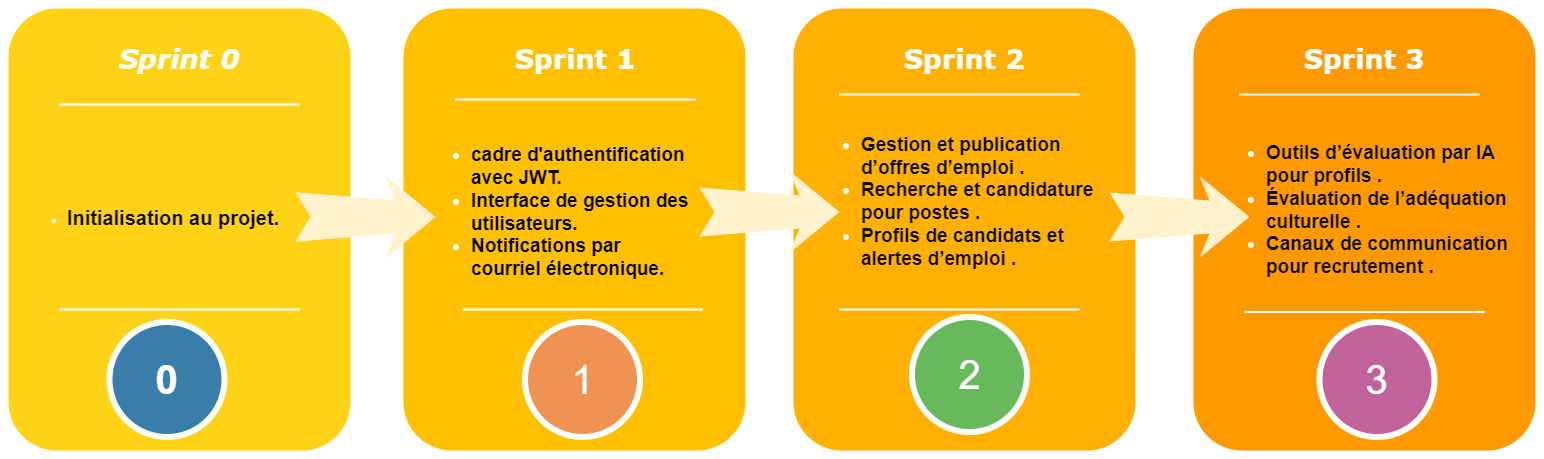
chirine1/-project keeps this draw.io diagram as sprints.png. Above is the earlier version. Source tidied: cells renumbered, new cells last; positions are measured from the earlier drawing's top-left corner, leaving out a move shared by most shapes.
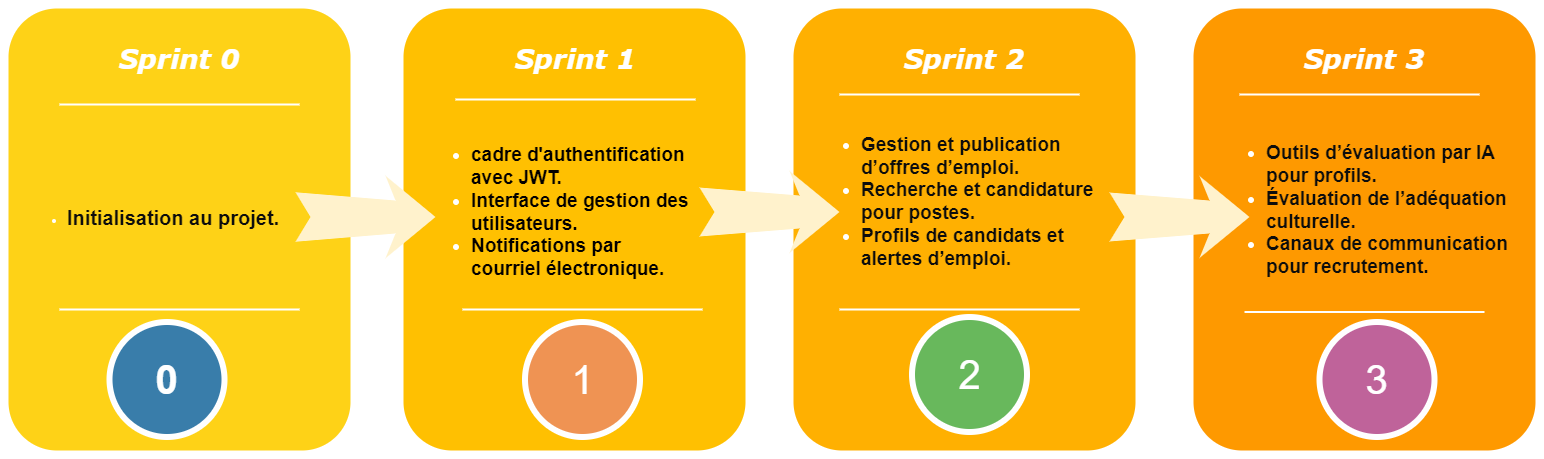
Above is the later version.

Commit message:
Mettre à jour sprints.png

The edit, as a diff of the source:
```diff
@@ -20,7 +20,7 @@
     <mxCell id="7" style="whiteSpace=wrap;html=1;rounded=1;shadow=0;strokeWidth=8;fontSize=20;align=center;fillColor=#FFC001;strokeColor=#FFFFFF;" parent="1" vertex="1">
       <mxGeometry x="395" width="350" height="450" as="geometry" />
     </mxCell>
-    <mxCell id="8" value="&lt;font face=&quot;Verdana&quot;&gt;Sprint 1&lt;/font&gt;" style="text;html=1;strokeColor=none;fillColor=none;align=center;verticalAlign=middle;whiteSpace=wrap;rounded=0;shadow=0;fontSize=27;fontColor=#FFFFFF;fontStyle=1;" parent="1" vertex="1">
+    <mxCell id="8" value="&lt;font face=&quot;Verdana&quot;&gt;&lt;i&gt;Sprint 1&lt;/i&gt;&lt;/font&gt;" style="text;html=1;strokeColor=none;fillColor=none;align=center;verticalAlign=middle;whiteSpace=wrap;rounded=0;shadow=0;fontSize=27;fontColor=#FFFFFF;fontStyle=1;" parent="1" vertex="1">
       <mxGeometry x="458" y="20" width="226" height="70" as="geometry" />
     </mxCell>
     <mxCell id="9" value="&lt;div style=&quot;font-size: 19px;&quot;&gt;&lt;ul&gt;&lt;li&gt;&lt;font style=&quot;font-size: 19px;&quot; color=&quot;#030000&quot;&gt;&lt;b&gt;cadre d'authentification avec JWT.&lt;/b&gt;&lt;/font&gt;&lt;/li&gt;&lt;li&gt;&lt;font style=&quot;font-size: 19px;&quot; color=&quot;#030000&quot;&gt;&lt;b&gt;Interface de gestion des utilisateurs.&lt;/b&gt;&lt;/font&gt;&lt;/li&gt;&lt;li&gt;&lt;font style=&quot;font-size: 19px;&quot; color=&quot;#030000&quot;&gt;&lt;b&gt;Notifications par courriel électronique.&lt;/b&gt;&lt;/font&gt;&lt;/li&gt;&lt;/ul&gt;&lt;/div&gt;" style="text;html=1;strokeColor=none;fillColor=none;align=left;verticalAlign=middle;whiteSpace=wrap;rounded=0;shadow=0;fontSize=14;fontColor=#FFFFFF;" parent="1" vertex="1">
@@ -41,10 +41,10 @@
     <mxCell id="14" style="whiteSpace=wrap;html=1;rounded=1;shadow=0;strokeWidth=8;fontSize=20;align=center;fillColor=#FFB001;strokeColor=#FFFFFF;" parent="1" vertex="1">
       <mxGeometry x="785" width="350" height="450" as="geometry" />
     </mxCell>
-    <mxCell id="15" value="&lt;font face=&quot;Verdana&quot;&gt;Sprint 2&lt;/font&gt;" style="text;html=1;strokeColor=none;fillColor=none;align=center;verticalAlign=middle;whiteSpace=wrap;rounded=0;shadow=0;fontSize=27;fontColor=#FFFFFF;fontStyle=1;" parent="1" vertex="1">
+    <mxCell id="15" value="&lt;font face=&quot;Verdana&quot;&gt;&lt;i&gt;Sprint 2&lt;/i&gt;&lt;/font&gt;" style="text;html=1;strokeColor=none;fillColor=none;align=center;verticalAlign=middle;whiteSpace=wrap;rounded=0;shadow=0;fontSize=27;fontColor=#FFFFFF;fontStyle=1;" parent="1" vertex="1">
       <mxGeometry x="820" y="25" width="280" height="60" as="geometry" />
     </mxCell>
-    <mxCell id="16" value="&lt;div style=&quot;font-size: 19px;&quot;&gt;&lt;ul&gt;&lt;li&gt;&lt;font color=&quot;#0d0d0d&quot; style=&quot;font-size: 19px;&quot;&gt;&lt;b&gt;Gestion et publication d’offres d’emploi .&lt;/b&gt;&lt;/font&gt;&lt;/li&gt;&lt;li&gt;&lt;font color=&quot;#0d0d0d&quot; style=&quot;font-size: 19px;&quot;&gt;&lt;b&gt;Recherche et candidature pour postes .&lt;/b&gt;&lt;/font&gt;&lt;/li&gt;&lt;li&gt;&lt;font color=&quot;#0d0d0d&quot; style=&quot;font-size: 19px;&quot;&gt;&lt;b&gt;Profils de candidats et alertes d’emploi .&lt;/b&gt;&lt;/font&gt;&lt;/li&gt;&lt;/ul&gt;&lt;/div&gt;&lt;div style=&quot;font-size: 19px;&quot;&gt;&lt;br&gt;&lt;/div&gt;" style="text;html=1;strokeColor=none;fillColor=none;align=left;verticalAlign=middle;whiteSpace=wrap;rounded=0;shadow=0;fontSize=14;fontColor=#FFFFFF;" parent="1" vertex="1">
+    <mxCell id="16" value="&lt;div style=&quot;font-size: 19px;&quot;&gt;&lt;ul&gt;&lt;li&gt;&lt;b style=&quot;color: rgb(13, 13, 13); background-color: initial;&quot;&gt;Gestion et publication d’offres d’emploi.&lt;/b&gt;&lt;/li&gt;&lt;li&gt;&lt;font color=&quot;#0d0d0d&quot; style=&quot;font-size: 19px;&quot;&gt;&lt;b&gt;Recherche et candidature pour postes.&lt;/b&gt;&lt;/font&gt;&lt;/li&gt;&lt;li&gt;&lt;font color=&quot;#0d0d0d&quot; style=&quot;font-size: 19px;&quot;&gt;&lt;b&gt;Profils de candidats et alertes d’emploi.&lt;/b&gt;&lt;/font&gt;&lt;/li&gt;&lt;/ul&gt;&lt;/div&gt;&lt;div style=&quot;font-size: 19px;&quot;&gt;&lt;br&gt;&lt;/div&gt;" style="text;html=1;strokeColor=none;fillColor=none;align=left;verticalAlign=middle;whiteSpace=wrap;rounded=0;shadow=0;fontSize=14;fontColor=#FFFFFF;" parent="1" vertex="1">
       <mxGeometry x="815" y="132.5" width="300" height="152.5" as="geometry" />
     </mxCell>
     <mxCell id="17" style="line;strokeWidth=2;html=1;rounded=0;shadow=0;fontSize=27;align=center;fillColor=none;strokeColor=#FFFFFF;" parent="1" vertex="1">
@@ -62,10 +62,10 @@
     <mxCell id="21" style="whiteSpace=wrap;html=1;rounded=1;shadow=0;strokeWidth=8;fontSize=20;align=center;fillColor=#FE9900;strokeColor=#FFFFFF;" parent="1" vertex="1">
       <mxGeometry x="1185" width="350" height="450" as="geometry" />
     </mxCell>
-    <mxCell id="22" value="&lt;font face=&quot;Verdana&quot;&gt;Sprint 3&lt;/font&gt;" style="text;html=1;strokeColor=none;fillColor=none;align=center;verticalAlign=middle;whiteSpace=wrap;rounded=0;shadow=0;fontSize=27;fontColor=#FFFFFF;fontStyle=1;" parent="1" vertex="1">
+    <mxCell id="22" value="&lt;font face=&quot;Verdana&quot;&gt;&lt;i&gt;Sprint 3&lt;/i&gt;&lt;/font&gt;" style="text;html=1;strokeColor=none;fillColor=none;align=center;verticalAlign=middle;whiteSpace=wrap;rounded=0;shadow=0;fontSize=27;fontColor=#FFFFFF;fontStyle=1;" parent="1" vertex="1">
       <mxGeometry x="1220" y="25" width="280" height="60" as="geometry" />
     </mxCell>
-    <mxCell id="23" value="&lt;div style=&quot;font-size: 19px;&quot;&gt;&lt;ul&gt;&lt;li&gt;&lt;font color=&quot;#0d0d0d&quot; style=&quot;font-size: 19px;&quot;&gt;&lt;b&gt;Outils d’évaluation par IA pour profils .&lt;/b&gt;&lt;/font&gt;&lt;/li&gt;&lt;li&gt;&lt;font color=&quot;#0d0d0d&quot; style=&quot;font-size: 19px;&quot;&gt;&lt;b&gt;Évaluation de l’adéquation culturelle .&lt;/b&gt;&lt;/font&gt;&lt;/li&gt;&lt;li&gt;&lt;font color=&quot;#0d0d0d&quot; style=&quot;font-size: 19px;&quot;&gt;&lt;b&gt;Canaux de communication pour recrutement .&lt;/b&gt;&lt;/font&gt;&lt;/li&gt;&lt;/ul&gt;&lt;/div&gt;" style="text;html=1;strokeColor=none;fillColor=none;align=left;verticalAlign=middle;whiteSpace=wrap;rounded=0;shadow=0;fontSize=14;fontColor=#FFFFFF;" parent="1" vertex="1">
+    <mxCell id="23" value="&lt;div style=&quot;font-size: 19px;&quot;&gt;&lt;ul&gt;&lt;li&gt;&lt;font color=&quot;#0d0d0d&quot; style=&quot;font-size: 19px;&quot;&gt;&lt;b&gt;Outils d’évaluation par IA pour profils.&lt;/b&gt;&lt;/font&gt;&lt;/li&gt;&lt;li&gt;&lt;font color=&quot;#0d0d0d&quot; style=&quot;font-size: 19px;&quot;&gt;&lt;b&gt;Évaluation de l’adéquation culturelle.&lt;/b&gt;&lt;/font&gt;&lt;/li&gt;&lt;li&gt;&lt;font color=&quot;#0d0d0d&quot; style=&quot;font-size: 19px;&quot;&gt;&lt;b&gt;Canaux de communication pour recrutement.&lt;/b&gt;&lt;/font&gt;&lt;/li&gt;&lt;/ul&gt;&lt;/div&gt;" style="text;html=1;strokeColor=none;fillColor=none;align=left;verticalAlign=middle;whiteSpace=wrap;rounded=0;shadow=0;fontSize=14;fontColor=#FFFFFF;" parent="1" vertex="1">
       <mxGeometry x="1220" y="83.8" width="290" height="245" as="geometry" />
     </mxCell>
     <mxCell id="24" style="line;strokeWidth=2;html=1;rounded=0;shadow=0;fontSize=27;align=center;fillColor=none;strokeColor=#FFFFFF;" parent="1" vertex="1">
```
